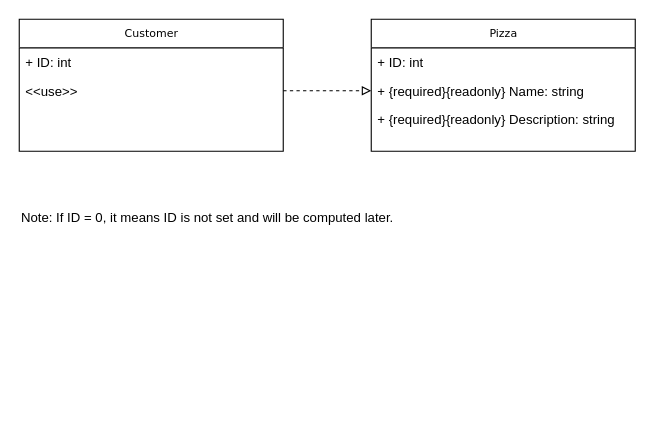
Before: Diagrams/class_diagram_pizza_kiosk.drawio in ekral/Utb.PizzaKiosk, a draw.io diagram. Source tidied: cells renumbered, new cells numbered last; positions are measured from the earlier drawing's top-left corner, leaving out a move shared by most shapes. Both pictures are drawn from the tidied source at 110%, with x=0, y=0 at pixel (19, 19).
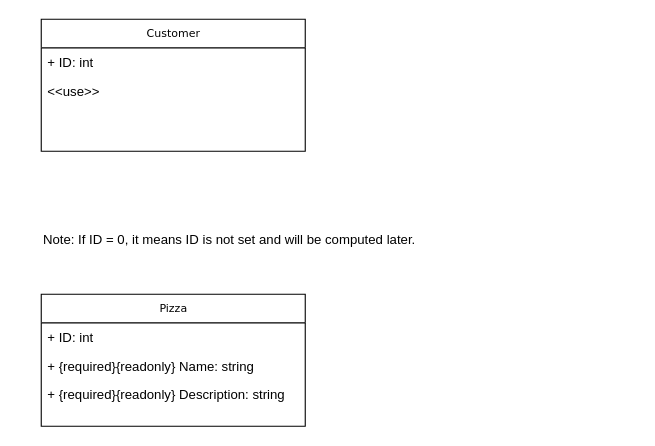
The same page after the edit.

Commit message (it also covers changes not shown here):
Edit class diagram

Change to the diagram source:
```diff
@@
 <mxGraphModel>
   <root>
     <mxCell id="0" />
     <mxCell id="1" parent="0" />
     <mxCell id="2" value="Pizza" style="swimlane;html=1;fontStyle=0;horizontal=1;startSize=26;fillColor=none;swimlaneFillColor=#ffffff;rounded=0;shadow=0;comic=0;labelBackgroundColor=none;strokeWidth=1;fontFamily=Verdana;fontSize=10;align=center;" parent="1" vertex="1">
-      <mxGeometry x="320" width="240" height="120" as="geometry" />
+      <mxGeometry x="20" y="250" width="240" height="120" as="geometry" />
     </mxCell>
     <mxCell id="3" value="+ ID: int" style="text;html=1;strokeColor=none;fillColor=none;align=left;verticalAlign=top;spacingLeft=4;spacingRight=4;whiteSpace=wrap;overflow=hidden;" parent="2" vertex="1">
       <mxGeometry y="26" width="240" height="26" as="geometry" />
     </mxCell>
     <mxCell id="4" value="+ {required}{readonly}&amp;nbsp;Name: string " style="text;html=1;strokeColor=none;fillColor=none;align=left;verticalAlign=top;spacingLeft=4;spacingRight=4;whiteSpace=wrap;overflow=hidden;points=[[0,0.5],[1,0.5]];portConstraint=eastwest;" parent="2" vertex="1">
       <mxGeometry y="52" width="240" height="26" as="geometry" />
     </mxCell>
     <mxCell id="5" value="+ {required}{readonly} Description: string " style="text;html=1;strokeColor=none;fillColor=none;align=left;verticalAlign=top;spacingLeft=4;spacingRight=4;whiteSpace=wrap;overflow=hidden;" parent="2" vertex="1">
       <mxGeometry y="78" width="240" height="26" as="geometry" />
     </mxCell>
     <mxCell id="6" value="Customer" style="swimlane;html=1;fontStyle=0;horizontal=1;startSize=26;fillColor=none;swimlaneFillColor=#ffffff;rounded=0;shadow=0;comic=0;labelBackgroundColor=none;strokeWidth=1;fontFamily=Verdana;fontSize=10;align=center;" parent="1" vertex="1">
-      <mxGeometry width="240" height="120" as="geometry" />
+      <mxGeometry x="20" width="240" height="120" as="geometry" />
     </mxCell>
     <mxCell id="7" value="+ ID: int" style="text;html=1;strokeColor=none;fillColor=none;align=left;verticalAlign=top;spacingLeft=4;spacingRight=4;whiteSpace=wrap;overflow=hidden;" parent="6" vertex="1">
       <mxGeometry y="26" width="240" height="26" as="geometry" />
     </mxCell>
     <mxCell id="8" value="&amp;lt;&amp;lt;use&amp;gt;&amp;gt;" style="text;html=1;strokeColor=none;fillColor=none;align=left;verticalAlign=top;spacingLeft=4;spacingRight=4;whiteSpace=wrap;overflow=hidden;points=[[0,0.5],[1,0.5]];portConstraint=eastwest;" parent="6" vertex="1">
       <mxGeometry y="52" width="240" height="26" as="geometry" />
     </mxCell>
-    <mxCell id="9" style="endArrow=block;dashed=1;html=1;rounded=0;entryX=0;entryY=0.5;entryDx=0;entryDy=0;endFill=0;exitX=1;exitY=0.5;exitDx=0;exitDy=0;" parent="1" edge="1" source="8" target="4">
-      <mxGeometry relative="1" as="geometry" />
-    </mxCell>
     <mxCell id="10" value="Note: If ID = 0, it means ID is not set and will be computed later." style="text;strokeColor=none;fillColor=none;align=left;verticalAlign=middle;rounded=0;" parent="1" vertex="1">
-      <mxGeometry y="160" width="360" height="40" as="geometry" />
+      <mxGeometry x="20" y="180" width="360" height="40" as="geometry" />
     </mxCell>
   </root>
 </mxGraphModel>
```
